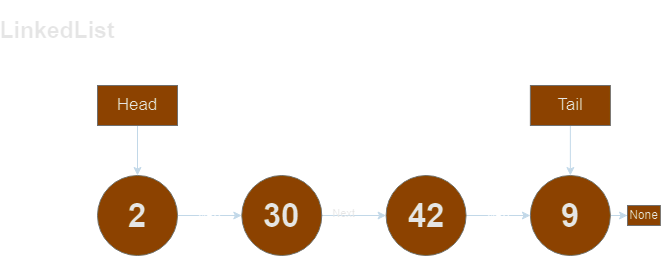
Earlier version of the draw.io export structures/linked_list.drawio.png (Burakherdogan/data_structures_and_algorithms). Source tidied: cells renumbered, new cells last; positions are measured from the earlier drawing's top-left corner, leaving out a move shared by most shapes.
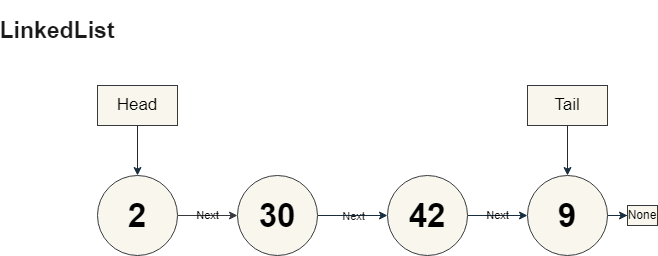
The same diagram one commit later.

Diff of the diagram source:
```diff
@@ -2,47 +2,47 @@
   <root>
     <mxCell id="0" />
     <mxCell id="1" parent="0" />
-    <mxCell id="2" value="Next" style="edgeStyle=orthogonalEdgeStyle;rounded=0;jettySize=auto;html=1;labelBackgroundColor=none;strokeColor=#182E3E;fontColor=default;" parent="1" edge="1" source="3" target="6">
+    <mxCell id="2" value="Next" style="edgeStyle=orthogonalEdgeStyle;rounded=0;jettySize=auto;html=1;labelBackgroundColor=none;strokeColor=#36393d;fontColor=default;fillColor=#cdeb8b;" parent="1" edge="1" source="3" target="6">
       <mxGeometry relative="1" as="geometry" />
     </mxCell>
-    <mxCell id="3" value="&lt;b&gt;&lt;font style=&quot;font-size: 33px;&quot;&gt;2&lt;/font&gt;&lt;/b&gt;" style="ellipse;whiteSpace=wrap;html=1;fillColor=#F5AB50;strokeColor=#909090;fontColor=#1A1A1A;labelBackgroundColor=none;" parent="1" vertex="1">
+    <mxCell id="3" value="&lt;b&gt;&lt;font style=&quot;font-size: 33px;&quot;&gt;2&lt;/font&gt;&lt;/b&gt;" style="ellipse;whiteSpace=wrap;html=1;fillColor=#f9f7ed;strokeColor=#36393d;labelBackgroundColor=none;" parent="1" vertex="1">
       <mxGeometry x="70" y="160" width="80" height="80" as="geometry" />
     </mxCell>
     <mxCell id="4" style="edgeStyle=orthogonalEdgeStyle;rounded=0;jettySize=auto;html=1;labelBackgroundColor=none;strokeColor=#182E3E;fontColor=default;" parent="1" edge="1" source="6" target="8">
       <mxGeometry relative="1" as="geometry" />
     </mxCell>
     <mxCell id="5" value="Next" style="edgeLabel;html=1;align=center;verticalAlign=middle;labelBackgroundColor=none;fontColor=#1A1A1A;" parent="4" vertex="1">
-      <mxGeometry x="-0.32" y="2" relative="1" as="geometry" />
+      <mxGeometry relative="1" as="geometry" />
     </mxCell>
-    <mxCell id="6" value="&lt;b&gt;&lt;font style=&quot;font-size: 33px;&quot;&gt;30&lt;/font&gt;&lt;/b&gt;" style="ellipse;whiteSpace=wrap;html=1;fillColor=#F5AB50;strokeColor=#909090;fontColor=#1A1A1A;labelBackgroundColor=none;" parent="1" vertex="1">
-      <mxGeometry x="214.3" y="160" width="80" height="80" as="geometry" />
+    <mxCell id="6" value="&lt;b&gt;&lt;font style=&quot;font-size: 33px;&quot;&gt;30&lt;/font&gt;&lt;/b&gt;" style="ellipse;whiteSpace=wrap;html=1;fillColor=#f9f7ed;strokeColor=#36393d;labelBackgroundColor=none;" parent="1" vertex="1">
+      <mxGeometry x="210" y="160" width="80" height="80" as="geometry" />
     </mxCell>
     <mxCell id="7" value="Next" style="edgeStyle=orthogonalEdgeStyle;rounded=0;jettySize=auto;html=1;labelBackgroundColor=none;strokeColor=#182E3E;fontColor=default;" parent="1" edge="1" source="8" target="10">
       <mxGeometry relative="1" as="geometry" />
     </mxCell>
-    <mxCell id="8" value="&lt;b&gt;&lt;font style=&quot;font-size: 33px;&quot;&gt;42&lt;/font&gt;&lt;/b&gt;" style="ellipse;whiteSpace=wrap;html=1;fillColor=#F5AB50;strokeColor=#909090;fontColor=#1A1A1A;labelBackgroundColor=none;" parent="1" vertex="1">
-      <mxGeometry x="358.6" y="160" width="80" height="80" as="geometry" />
+    <mxCell id="8" value="&lt;b&gt;&lt;font style=&quot;font-size: 33px;&quot;&gt;42&lt;/font&gt;&lt;/b&gt;" style="ellipse;whiteSpace=wrap;html=1;fillColor=#f9f7ed;strokeColor=#36393d;labelBackgroundColor=none;" parent="1" vertex="1">
+      <mxGeometry x="360" y="160" width="80" height="80" as="geometry" />
     </mxCell>
     <mxCell id="9" style="edgeStyle=orthogonalEdgeStyle;rounded=0;jettySize=auto;html=1;labelBackgroundColor=none;strokeColor=#182E3E;fontColor=default;" parent="1" edge="1" source="10" target="13">
       <mxGeometry relative="1" as="geometry" />
     </mxCell>
-    <mxCell id="10" value="&lt;span style=&quot;font-size: 33px;&quot;&gt;&lt;b&gt;9&lt;/b&gt;&lt;/span&gt;" style="ellipse;whiteSpace=wrap;html=1;fillColor=#F5AB50;strokeColor=#909090;fontColor=#1A1A1A;labelBackgroundColor=none;" parent="1" vertex="1">
-      <mxGeometry x="502.9" y="160" width="80" height="80" as="geometry" />
+    <mxCell id="10" value="&lt;span style=&quot;font-size: 33px;&quot;&gt;&lt;b&gt;9&lt;/b&gt;&lt;/span&gt;" style="ellipse;whiteSpace=wrap;html=1;fillColor=#f9f7ed;strokeColor=#36393d;labelBackgroundColor=none;" parent="1" vertex="1">
+      <mxGeometry x="500" y="160" width="80" height="80" as="geometry" />
     </mxCell>
     <mxCell id="11" style="edgeStyle=orthogonalEdgeStyle;rounded=0;jettySize=auto;html=1;labelBackgroundColor=none;strokeColor=#182E3E;fontColor=default;" parent="1" edge="1" source="12" target="3">
       <mxGeometry relative="1" as="geometry" />
     </mxCell>
-    <mxCell id="12" value="&lt;font style=&quot;font-size: 17px;&quot;&gt;Head&lt;/font&gt;" style="rounded=0;whiteSpace=wrap;html=1;labelBackgroundColor=none;fillColor=#F5AB50;strokeColor=#909090;fontColor=#1A1A1A;" parent="1" vertex="1">
+    <mxCell id="12" value="&lt;font style=&quot;font-size: 17px;&quot;&gt;Head&lt;/font&gt;" style="rounded=0;whiteSpace=wrap;html=1;labelBackgroundColor=none;fillColor=#f9f7ed;strokeColor=#36393d;" parent="1" vertex="1">
       <mxGeometry x="70" y="70" width="80" height="40" as="geometry" />
     </mxCell>
-    <mxCell id="13" value="None" style="whiteSpace=wrap;html=1;fillColor=#F5AB50;strokeColor=#909090;fontColor=#1A1A1A;labelBackgroundColor=none;" parent="1" vertex="1">
-      <mxGeometry x="600" y="190" width="32.9" height="20" as="geometry" />
+    <mxCell id="13" value="None" style="whiteSpace=wrap;html=1;fillColor=#f9f7ed;strokeColor=#36393d;labelBackgroundColor=none;" parent="1" vertex="1">
+      <mxGeometry x="600" y="190" width="30" height="20" as="geometry" />
     </mxCell>
     <mxCell id="14" style="edgeStyle=orthogonalEdgeStyle;rounded=0;jettySize=auto;html=1;labelBackgroundColor=none;strokeColor=#182E3E;fontColor=default;" parent="1" edge="1" source="15" target="10">
       <mxGeometry relative="1" as="geometry" />
     </mxCell>
-    <mxCell id="15" value="&lt;font style=&quot;font-size: 17px;&quot;&gt;Tail&lt;/font&gt;" style="rounded=0;whiteSpace=wrap;html=1;labelBackgroundColor=none;fillColor=#F5AB50;strokeColor=#909090;fontColor=#1A1A1A;" parent="1" vertex="1">
-      <mxGeometry x="502.9" y="70" width="80" height="40" as="geometry" />
+    <mxCell id="15" value="&lt;font style=&quot;font-size: 17px;&quot;&gt;Tail&lt;/font&gt;" style="rounded=0;whiteSpace=wrap;html=1;labelBackgroundColor=none;fillColor=#f9f7ed;strokeColor=#36393d;" parent="1" vertex="1">
+      <mxGeometry x="500" y="70" width="80" height="40" as="geometry" />
     </mxCell>
     <mxCell id="16" value="&lt;h1&gt;&lt;font face=&quot;Helvetica&quot; style=&quot;font-size: 23px;&quot;&gt;LinkedList&lt;/font&gt;&lt;/h1&gt;" style="text;html=1;strokeColor=none;fillColor=none;align=center;verticalAlign=middle;whiteSpace=wrap;rounded=0;fontColor=#1A1A1A;" parent="1" vertex="1">
       <mxGeometry width="60" height="30" as="geometry" />
```
